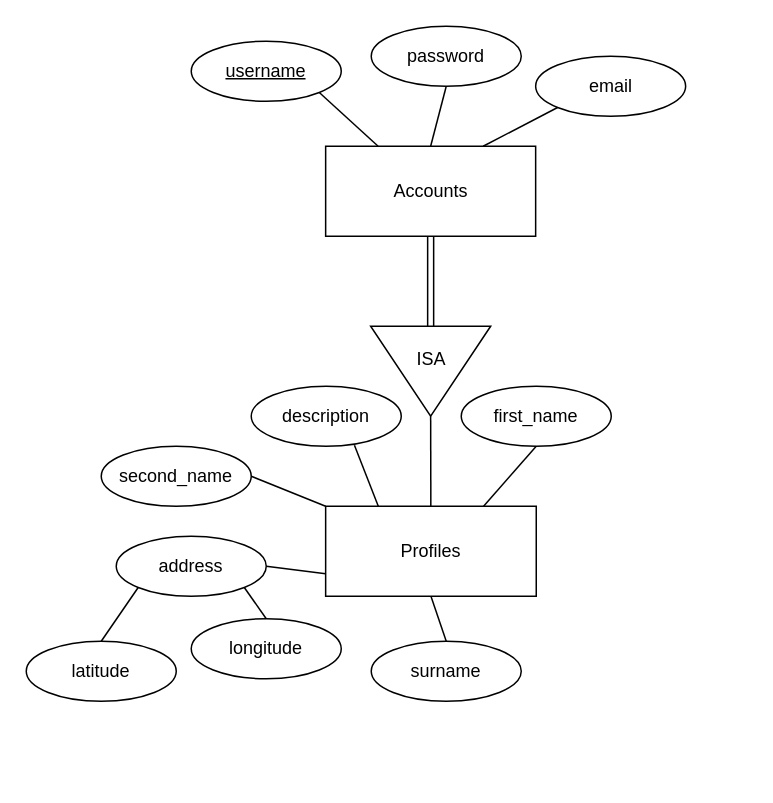
franciscosbf/SocialNetwork keeps this draw.io diagram as resources/social-network/subsystems/users/users-er-scheme-db.drawio. Above is the earlier version. Source tidied: cells renumbered, new cells numbered last; positions are measured from the earlier drawing's top-left corner, leaving out a move shared by most shapes. Both pictures are drawn from the tidied source at 150%, with x=0, y=0 at pixel (26, 26).
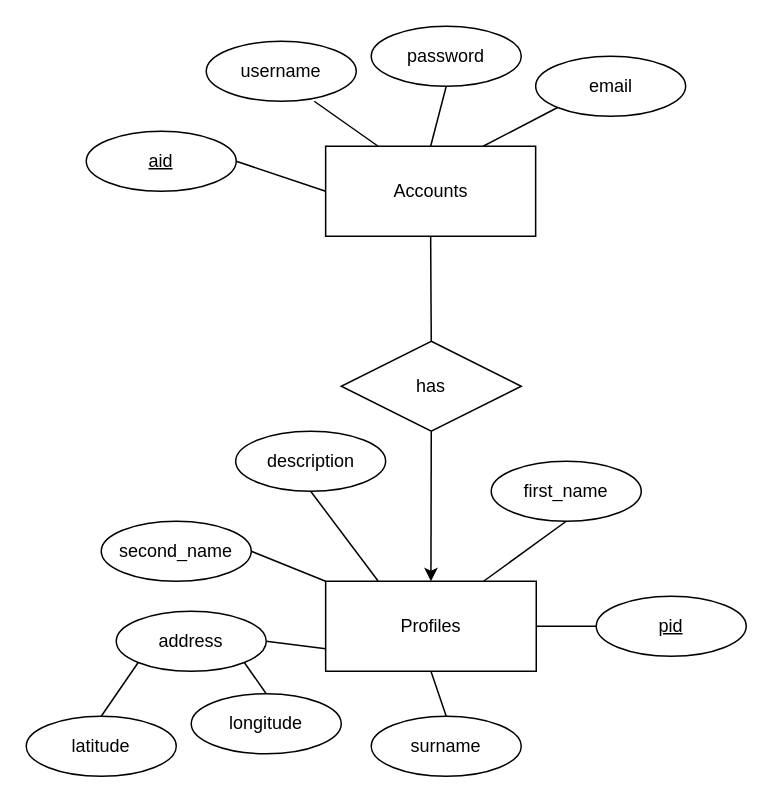
The same page after the edit.

The change refers to these unchanged cells:
```xml
<mxCell id="2" value="&lt;div&gt;Accounts&lt;/div&gt;" style="whiteSpace=wrap;html=1;align=center;" parent="1" vertex="1">
  <mxGeometry x="199.6" y="80" width="140" height="60" as="geometry" />
</mxCell>
```

Change to the diagram source:
```diff
@@
-    <mxCell id="3" value="&lt;div&gt;username&lt;/div&gt;" style="ellipse;whiteSpace=wrap;html=1;align=center;fontStyle=4;" parent="1" vertex="1">
-      <mxGeometry x="110" y="10" width="100" height="40" as="geometry" />
-    </mxCell>
-    <mxCell id="4" style="endArrow=none;html=1;rounded=0;exitX=1;exitY=1;exitDx=0;exitDy=0;entryX=0.25;entryY=0;entryDx=0;entryDy=0;" parent="1" edge="1" source="3" target="2">
+    <mxCell id="4" style="endArrow=none;html=1;rounded=0;exitX=0.72;exitY=1;exitDx=0;exitDy=0;entryX=0.25;entryY=0;entryDx=0;entryDy=0;exitPerimeter=0;" parent="1" edge="1" source="3" target="2">
       <mxGeometry relative="1" as="geometry" />
     </mxCell>
     <mxCell id="5" value="&lt;div&gt;description&lt;/div&gt;" style="ellipse;whiteSpace=wrap;html=1;align=center;" parent="1" vertex="1">
-      <mxGeometry x="150" y="240" width="100" height="40" as="geometry" />
+      <mxGeometry x="139.6" y="270" width="100" height="40" as="geometry" />
     </mxCell>
-    <mxCell id="6" style="endArrow=none;html=1;rounded=0;exitX=0.688;exitY=0.983;exitDx=0;exitDy=0;entryX=0.25;entryY=0;entryDx=0;entryDy=0;exitPerimeter=0;" parent="1" edge="1" source="5" target="19">
+    <mxCell id="6" style="endArrow=none;html=1;rounded=0;exitX=0.5;exitY=1;exitDx=0;exitDy=0;entryX=0.25;entryY=0;entryDx=0;entryDy=0;" parent="1" edge="1" source="5" target="19">
       <mxGeometry relative="1" as="geometry" />
     </mxCell>
     <mxCell id="7" value="&lt;div&gt;first_name&lt;/div&gt;" style="ellipse;whiteSpace=wrap;html=1;align=center;" parent="1" vertex="1">
-      <mxGeometry x="290" y="240" width="100" height="40" as="geometry" />
+      <mxGeometry x="310" y="290" width="100" height="40" as="geometry" />
     </mxCell>
@@
     <mxCell id="9" value="second_name" style="ellipse;whiteSpace=wrap;html=1;align=center;" parent="1" vertex="1">
-      <mxGeometry x="50" y="280" width="100" height="40" as="geometry" />
+      <mxGeometry x="50" y="330" width="100" height="40" as="geometry" />
     </mxCell>
@@
     <mxCell id="11" value="&lt;div&gt;surname&lt;/div&gt;" style="ellipse;whiteSpace=wrap;html=1;align=center;" parent="1" vertex="1">
-      <mxGeometry x="230" y="410" width="100" height="40" as="geometry" />
+      <mxGeometry x="230" y="460" width="100" height="40" as="geometry" />
     </mxCell>
@@
     <mxCell id="17" value="latitude" style="ellipse;whiteSpace=wrap;html=1;align=center;" parent="1" vertex="1">
-      <mxGeometry y="410" width="100" height="40" as="geometry" />
+      <mxGeometry y="460" width="100" height="40" as="geometry" />
     </mxCell>
     <mxCell id="18" value="&lt;div&gt;longitude&lt;/div&gt;" style="ellipse;whiteSpace=wrap;html=1;align=center;" parent="1" vertex="1">
-      <mxGeometry x="110" y="395" width="100" height="40" as="geometry" />
+      <mxGeometry x="110" y="445" width="100" height="40" as="geometry" />
     </mxCell>
     <mxCell id="19" value="&lt;div&gt;Profiles&lt;/div&gt;" style="whiteSpace=wrap;html=1;align=center;" parent="1" vertex="1">
-      <mxGeometry x="199.6" y="320" width="140.4" height="60" as="geometry" />
+      <mxGeometry x="199.6" y="370" width="140.4" height="60" as="geometry" />
     </mxCell>
-    <mxCell id="20" style="triangle;whiteSpace=wrap;html=1;rotation=90;" parent="1" vertex="1">
-      <mxGeometry x="239.6" y="190" width="60" height="80" as="geometry" />
-    </mxCell>
-    <mxCell id="21" style="endArrow=none;html=1;rounded=0;exitX=1;exitY=0.5;exitDx=0;exitDy=0;" parent="1" edge="1" source="20" target="19">
-      <mxGeometry relative="1" as="geometry" />
-    </mxCell>
     <mxCell id="22" value="address" style="ellipse;whiteSpace=wrap;html=1;align=center;" parent="1" vertex="1">
-      <mxGeometry x="60" y="340" width="100" height="40" as="geometry" />
+      <mxGeometry x="60" y="390" width="100" height="40" as="geometry" />
     </mxCell>
@@
-    <mxCell id="26" value="ISA" style="text;strokeColor=none;fillColor=none;spacingLeft=4;spacingRight=4;overflow=hidden;fontSize=12;" parent="1" vertex="1">
-      <mxGeometry x="254.6" y="208" width="30" height="30" as="geometry" />
-    </mxCell>
-    <mxCell id="27" style="endArrow=none;html=1;rounded=0;shape=link;exitX=0.5;exitY=1;exitDx=0;exitDy=0;entryX=0;entryY=0.5;entryDx=0;entryDy=0;" parent="1" edge="1" source="2" target="20">
-      <mxGeometry relative="1" as="geometry" />
-    </mxCell>
+    <mxCell id="28" value="aid" style="ellipse;whiteSpace=wrap;html=1;align=center;fontStyle=4;" parent="1" vertex="1">
+      <mxGeometry x="40" y="70" width="100" height="40" as="geometry" />
+    </mxCell>
+    <mxCell id="29" style="endArrow=none;html=1;rounded=0;exitX=1;exitY=0.5;exitDx=0;exitDy=0;entryX=0;entryY=0.5;entryDx=0;entryDy=0;" parent="1" edge="1" source="28" target="2">
+      <mxGeometry relative="1" as="geometry" />
+    </mxCell>
+    <mxCell id="3" value="username" style="ellipse;whiteSpace=wrap;html=1;align=center;" parent="1" vertex="1">
+      <mxGeometry x="120" y="10" width="100" height="40" as="geometry" />
+    </mxCell>
+    <mxCell id="30" value="&lt;div&gt;has&lt;/div&gt;" style="shape=rhombus;perimeter=rhombusPerimeter;whiteSpace=wrap;html=1;align=center;" parent="1" vertex="1">
+      <mxGeometry x="210" y="210" width="120" height="60" as="geometry" />
+    </mxCell>
+    <mxCell id="31" style="endArrow=none;html=1;rounded=0;exitX=0.5;exitY=0;exitDx=0;exitDy=0;entryX=0.5;entryY=1;entryDx=0;entryDy=0;" parent="1" edge="1" source="30" target="2">
+      <mxGeometry relative="1" as="geometry" />
+    </mxCell>
+    <mxCell id="32" style="endArrow=classic;html=1;rounded=0;entryX=0.5;entryY=0;entryDx=0;entryDy=0;exitX=0.5;exitY=1;exitDx=0;exitDy=0;" parent="1" edge="1" source="30" target="19">
+      <mxGeometry relative="1" as="geometry" />
+    </mxCell>
+    <mxCell id="33" value="pid" style="ellipse;whiteSpace=wrap;html=1;align=center;fontStyle=4;" parent="1" vertex="1">
+      <mxGeometry x="380" y="380" width="100" height="40" as="geometry" />
+    </mxCell>
+    <mxCell id="34" style="endArrow=none;html=1;rounded=0;exitX=1;exitY=0.5;exitDx=0;exitDy=0;entryX=0;entryY=0.5;entryDx=0;entryDy=0;" parent="1" edge="1" source="19" target="33">
+      <mxGeometry relative="1" as="geometry" />
+    </mxCell>
```
